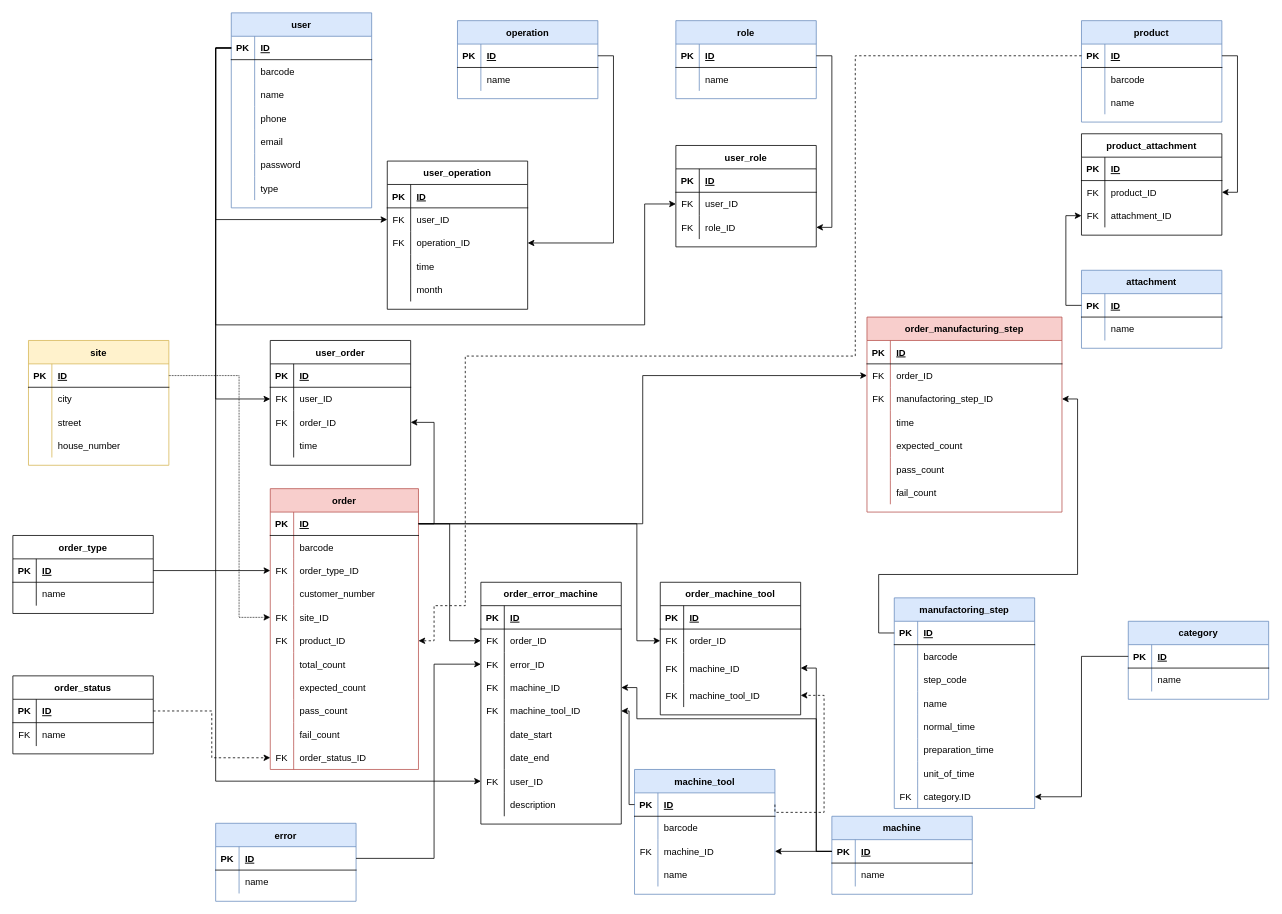
This is DOC/diagrams/database_plan_2_0_0.drawio from KerteszZoltan/mesterminal, a draw.io file, before an edit. Source tidied: cells renumbered, new cells numbered last; positions are measured from the earlier drawing's top-left corner, leaving out a move shared by most shapes. Both pictures are drawn from the tidied source at 78%, with x=0, y=0 at pixel (12, 12).
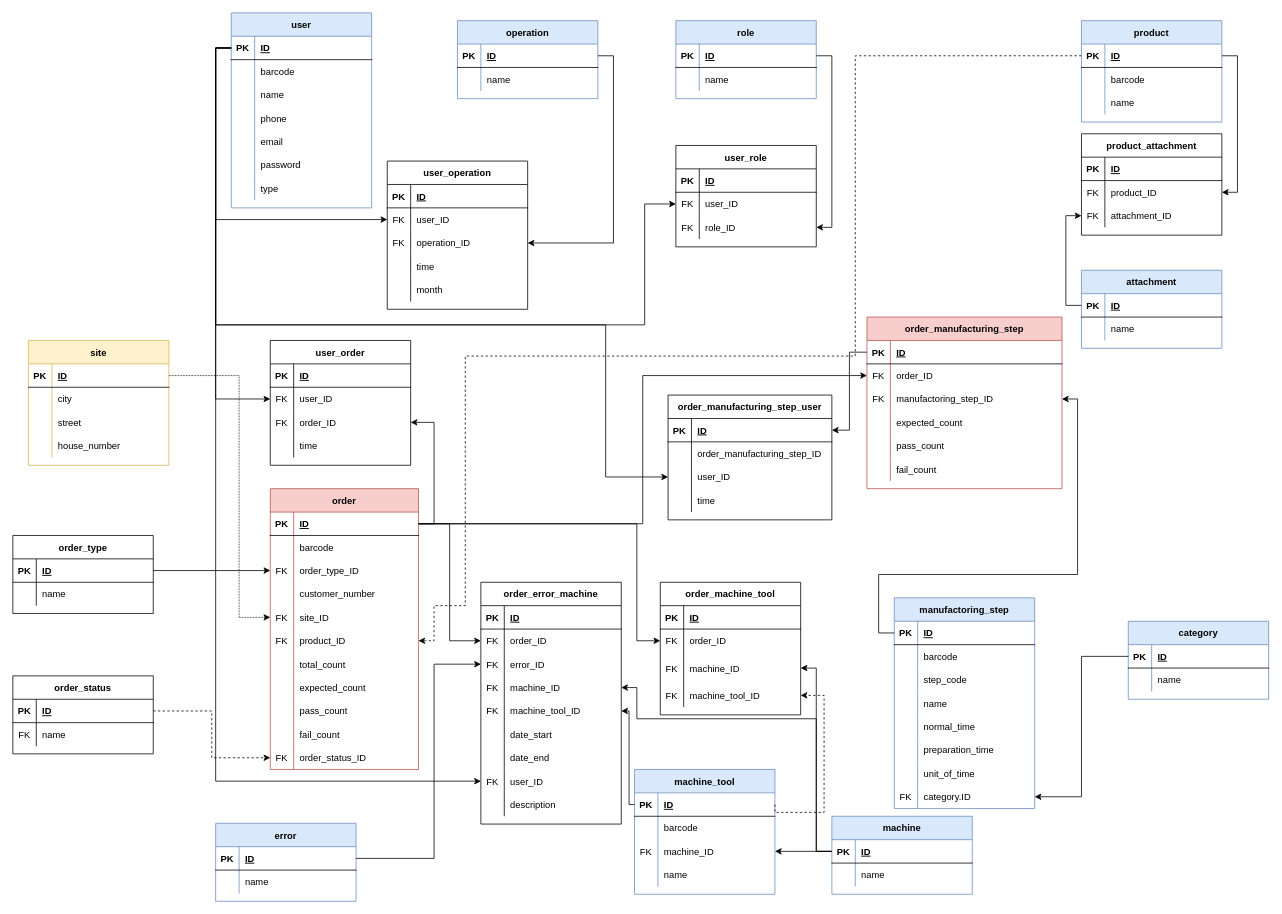
The same diagram, later.

Commit message:
manufacturing_step connection with user

Unchanged cells that the change refers to:
```xml
<mxCell id="3" style="shape=partialRectangle;fillColor=none;top=0;left=0;bottom=1;right=0;points=[[0,0.5],[1,0.5]];portConstraint=eastwest;" parent="2" vertex="1">
  <mxGeometry y="30" width="180" height="30" as="geometry" />
</mxCell>
<mxCell id="258" style="shape=partialRectangle;fillColor=none;top=0;left=0;bottom=1;right=0;points=[[0,0.5],[1,0.5]];portConstraint=eastwest;" parent="257" vertex="1">
  <mxGeometry y="30" width="250" height="30" as="geometry" />
</mxCell>
```

Diff of the diagram source:
```diff
@@
     <mxCell id="257" value="order_manufacturing_step" style="shape=table;startSize=30;childLayout=tableLayout;rowLines=0;fontStyle=1;align=center;fillColor=#f8cecc;strokeColor=#b85450;" parent="1" vertex="1">
-      <mxGeometry x="1095" y="390" width="250" height="250" as="geometry" />
+      <mxGeometry x="1095" y="390" width="250" height="220" as="geometry" />
     </mxCell>
@@
-    <mxCell id="267" style="shape=partialRectangle;fillColor=none;top=0;left=0;bottom=0;right=0;" parent="257" vertex="1">
-      <mxGeometry y="120" width="250" height="30" as="geometry" />
-    </mxCell>
-    <mxCell id="268" style="shape=partialRectangle;fillColor=none;top=0;left=0;bottom=0;right=0;overflow=hidden;" parent="267" vertex="1">
-      <mxGeometry width="30" height="30" as="geometry" />
-    </mxCell>
-    <mxCell id="269" value="time" style="shape=partialRectangle;fillColor=none;top=0;left=0;bottom=0;right=0;align=left;spacingLeft=6;overflow=hidden;" parent="267" vertex="1">
-      <mxGeometry x="30" width="220" height="30" as="geometry" />
-    </mxCell>
     <mxCell id="270" style="shape=partialRectangle;fillColor=none;top=0;left=0;bottom=0;right=0;" parent="257" vertex="1">
-      <mxGeometry y="150" width="250" height="30" as="geometry" />
+      <mxGeometry y="120" width="250" height="30" as="geometry" />
     </mxCell>
@@
     <mxCell id="273" style="shape=partialRectangle;fillColor=none;top=0;left=0;bottom=0;right=0;" parent="257" vertex="1">
-      <mxGeometry y="180" width="250" height="30" as="geometry" />
+      <mxGeometry y="150" width="250" height="30" as="geometry" />
     </mxCell>
@@
     <mxCell id="276" style="shape=partialRectangle;fillColor=none;top=0;left=0;bottom=0;right=0;" parent="257" vertex="1">
-      <mxGeometry y="210" width="250" height="30" as="geometry" />
+      <mxGeometry y="180" width="250" height="30" as="geometry" />
     </mxCell>
@@
+    <mxCell id="311" value="order_manufacturing_step_user" style="shape=table;startSize=30;childLayout=tableLayout;rowLines=0;fontStyle=1;align=center;" parent="1" vertex="1">
+      <mxGeometry x="840" y="490" width="210" height="160" as="geometry" />
+    </mxCell>
+    <mxCell id="312" style="shape=partialRectangle;fillColor=none;top=0;left=0;bottom=1;right=0;points=[[0,0.5],[1,0.5]];portConstraint=eastwest;" parent="311" vertex="1">
+      <mxGeometry y="30" width="210" height="30" as="geometry" />
+    </mxCell>
+    <mxCell id="313" value="PK" style="shape=partialRectangle;fillColor=none;top=0;left=0;bottom=0;right=0;fontStyle=1;overflow=hidden;" parent="312" vertex="1">
+      <mxGeometry width="30" height="30" as="geometry" />
+    </mxCell>
+    <mxCell id="314" value="ID" style="shape=partialRectangle;fillColor=none;top=0;left=0;bottom=0;right=0;align=left;spacingLeft=6;fontStyle=5;overflow=hidden;" parent="312" vertex="1">
+      <mxGeometry x="30" width="180" height="30" as="geometry" />
+    </mxCell>
+    <mxCell id="315" style="shape=partialRectangle;fillColor=none;top=0;left=0;bottom=0;right=0;" parent="311" vertex="1">
+      <mxGeometry y="60" width="210" height="30" as="geometry" />
+    </mxCell>
+    <mxCell id="316" style="shape=partialRectangle;fillColor=none;top=0;left=0;bottom=0;right=0;overflow=hidden;" parent="315" vertex="1">
+      <mxGeometry width="30" height="30" as="geometry" />
+    </mxCell>
+    <mxCell id="317" value="order_manufacturing_step_ID" style="shape=partialRectangle;fillColor=none;top=0;left=0;bottom=0;right=0;align=left;spacingLeft=6;overflow=hidden;" parent="315" vertex="1">
+      <mxGeometry x="30" width="180" height="30" as="geometry" />
+    </mxCell>
+    <mxCell id="318" style="shape=partialRectangle;fillColor=none;top=0;left=0;bottom=0;right=0;points=[[0,0.5],[1,0.5]];portConstraint=eastwest;" parent="311" vertex="1">
+      <mxGeometry y="90" width="210" height="30" as="geometry" />
+    </mxCell>
+    <mxCell id="319" style="shape=partialRectangle;fillColor=none;top=0;left=0;bottom=0;right=0;overflow=hidden;" parent="318" vertex="1">
+      <mxGeometry width="30" height="30" as="geometry" />
+    </mxCell>
+    <mxCell id="320" value="user_ID" style="shape=partialRectangle;fillColor=none;top=0;left=0;bottom=0;right=0;align=left;spacingLeft=6;overflow=hidden;" parent="318" vertex="1">
+      <mxGeometry x="30" width="180" height="30" as="geometry" />
+    </mxCell>
+    <mxCell id="321" style="shape=partialRectangle;fillColor=none;top=0;left=0;bottom=0;right=0;" parent="311" vertex="1">
+      <mxGeometry y="120" width="210" height="30" as="geometry" />
+    </mxCell>
+    <mxCell id="322" style="shape=partialRectangle;fillColor=none;top=0;left=0;bottom=0;right=0;overflow=hidden;" parent="321" vertex="1">
+      <mxGeometry width="30" height="30" as="geometry" />
+    </mxCell>
+    <mxCell id="269" value="time" style="shape=partialRectangle;fillColor=none;top=0;left=0;bottom=0;right=0;align=left;spacingLeft=6;overflow=hidden;" parent="321" vertex="1">
+      <mxGeometry x="30" width="180" height="30" as="geometry" />
+    </mxCell>
+    <mxCell id="323" style="edgeStyle=orthogonalEdgeStyle;rounded=0;jettySize=auto;html=1;exitX=0;exitY=0.5;exitDx=0;exitDy=0;entryX=1;entryY=0.5;entryDx=0;entryDy=0;" parent="1" edge="1" source="258" target="312">
+      <mxGeometry relative="1" as="geometry" />
+    </mxCell>
+    <mxCell id="324" style="edgeStyle=orthogonalEdgeStyle;rounded=0;jettySize=auto;html=1;exitX=0;exitY=0.5;exitDx=0;exitDy=0;" parent="1" edge="1" source="3" target="318">
+      <mxGeometry relative="1" as="geometry">
+        <Array as="points">
+          <mxPoint x="260" y="45" />
+          <mxPoint x="260" y="400" />
+          <mxPoint x="760" y="400" />
+          <mxPoint x="760" y="595" />
+        </Array>
+      </mxGeometry>
+    </mxCell>
```
